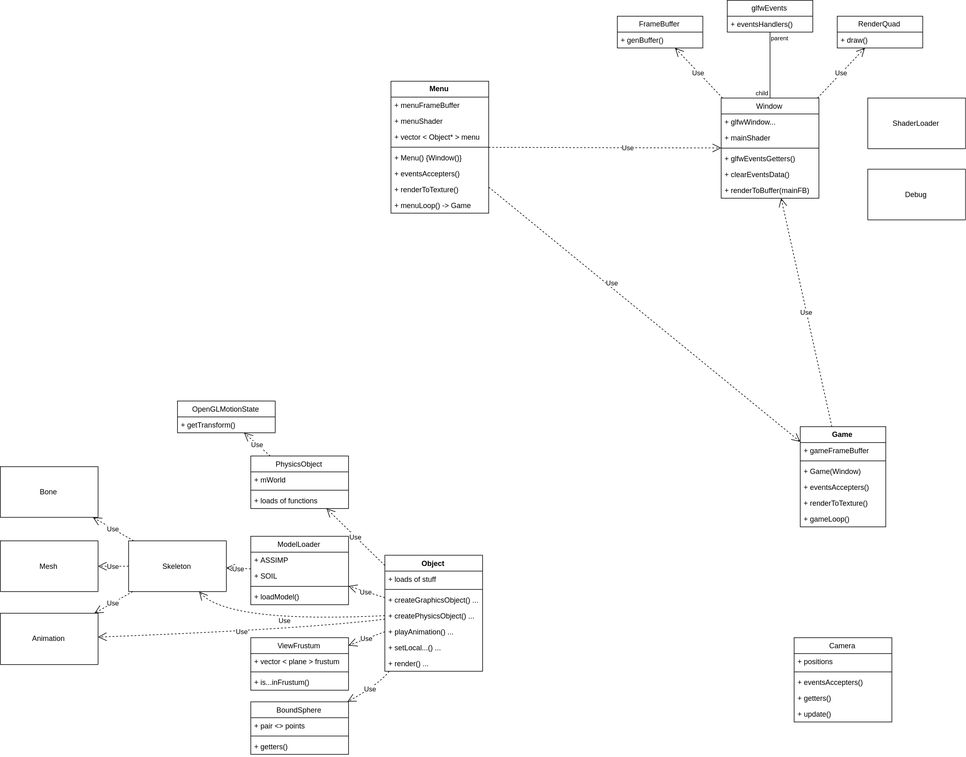
This is UML/current.png from Arvolear/Hide_and_Seek, a draw.io export, as it was before one commit. Source tidied: cells renumbered, new cells last; positions are measured from the earlier drawing's top-left corner, leaving out a move shared by most shapes.
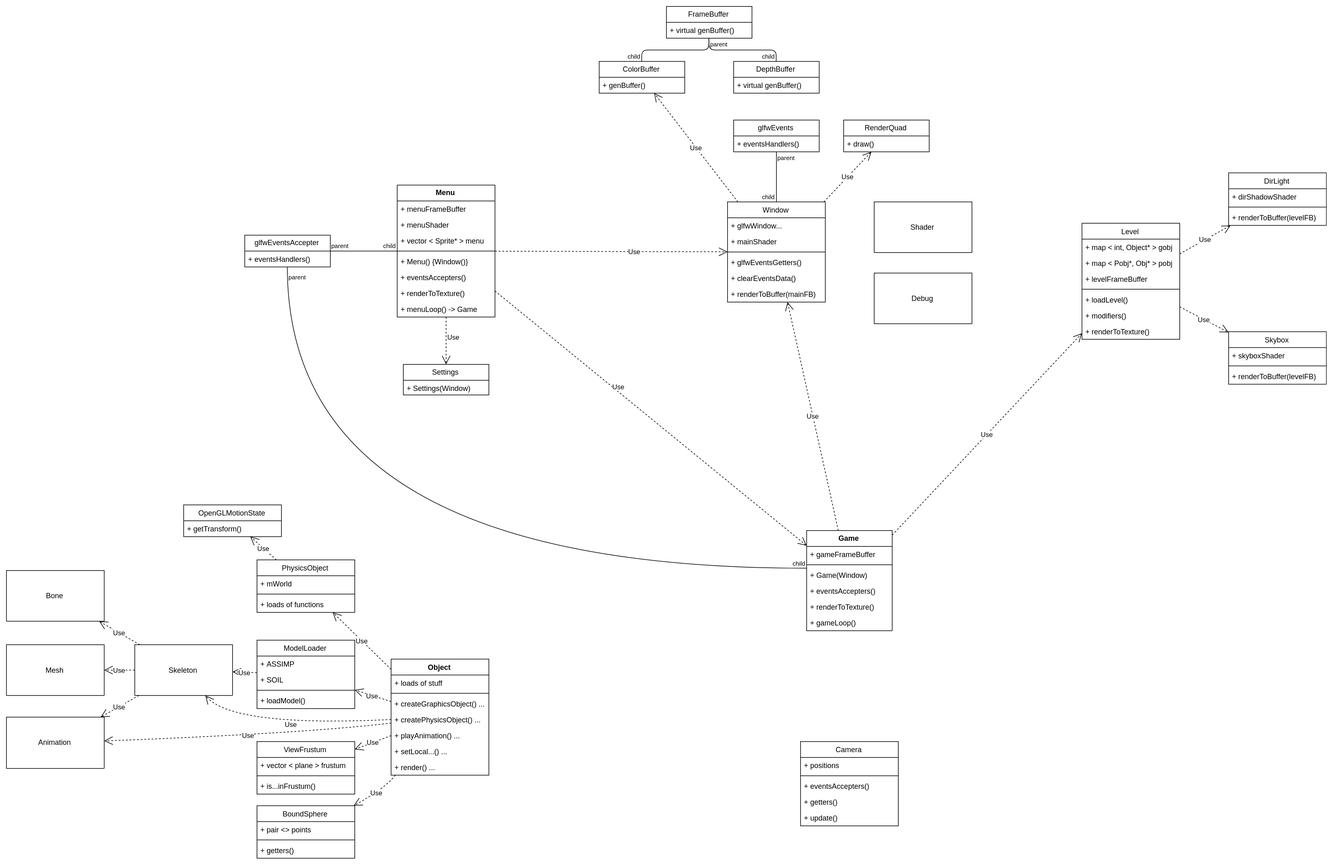
Above is the later version.

Commit message:
Almost renderable UML

The edit, as a diff of the source:
```diff
@@ -8,6 +8,15 @@
     <mxCell id="3" value="Use" style="endArrow=open;endSize=12;dashed=1;html=1;align=left;" parent="1" edge="1" source="4" target="20">
       <mxGeometry x="-0.25" relative="1" as="geometry" />
     </mxCell>
+    <mxCell id="89" value="Use" style="endArrow=open;endSize=12;dashed=1;html=1;align=left;" parent="1" edge="1" source="4" target="90">
+      <mxGeometry x="-0.13" relative="1" as="geometry" />
+    </mxCell>
+    <mxCell id="90" value="Settings" style="swimlane;fontStyle=0;horizontal=1;startSize=26;fillColor=none;" parent="1" vertex="1">
+      <mxGeometry x="649.5" y="426" width="140" height="50" as="geometry" />
+    </mxCell>
+    <mxCell id="91" value="+ Settings(Window)" style="text;strokeColor=none;fillColor=none;align=left;verticalAlign=top;spacingLeft=4;spacingRight=4;overflow=hidden;" parent="90" vertex="1">
+      <mxGeometry y="26" width="140" height="24" as="geometry" />
+    </mxCell>
     <mxCell id="4" value="Menu" style="swimlane;fontStyle=1;horizontal=1;startSize=26;fillColor=none;" parent="1" vertex="1">
       <mxGeometry x="639.5" y="132.5" width="160" height="216" as="geometry" />
     </mxCell>
@@ -17,7 +26,7 @@
     <mxCell id="6" value="+ menuShader" style="text;strokeColor=none;fillColor=none;align=left;verticalAlign=top;spacingLeft=4;spacingRight=4;overflow=hidden;" parent="4" vertex="1">
       <mxGeometry y="52" width="160" height="26" as="geometry" />
     </mxCell>
-    <mxCell id="7" value="+ vector &lt; Object* &gt; menu" style="text;strokeColor=none;fillColor=none;align=left;verticalAlign=top;spacingLeft=4;spacingRight=4;overflow=hidden;" parent="4" vertex="1">
+    <mxCell id="7" value="+ vector &lt; Sprite* &gt; menu" style="text;strokeColor=none;fillColor=none;align=left;verticalAlign=top;spacingLeft=4;spacingRight=4;overflow=hidden;" parent="4" vertex="1">
       <mxGeometry y="78" width="160" height="26" as="geometry" />
     </mxCell>
     <mxCell id="8" style="line;strokeWidth=1;fillColor=none;align=left;verticalAlign=middle;spacingTop=-1;spacingLeft=3;spacingRight=3;labelPosition=right;" parent="4" vertex="1">
@@ -77,6 +86,82 @@
     <mxCell id="26" value="+ gameLoop()" style="text;strokeColor=none;fillColor=none;align=left;verticalAlign=top;spacingLeft=4;spacingRight=4;overflow=hidden;" parent="20" vertex="1">
       <mxGeometry y="138" width="140" height="26" as="geometry" />
     </mxCell>
+    <mxCell id="92" value="glfwEventsAccepter" style="swimlane;fontStyle=0;horizontal=1;startSize=26;fillColor=none;" parent="1" vertex="1">
+      <mxGeometry x="390" y="214.5" width="140" height="52" as="geometry" />
+    </mxCell>
+    <mxCell id="93" value="+ eventsHandlers()" style="text;strokeColor=none;fillColor=none;align=left;verticalAlign=top;spacingLeft=4;spacingRight=4;overflow=hidden;" parent="92" vertex="1">
+      <mxGeometry y="26" width="140" height="26" as="geometry" />
+    </mxCell>
+    <mxCell id="94" style="endArrow=none;html=1;edgeStyle=orthogonalEdgeStyle;" parent="1" edge="1" source="92" target="4">
+      <mxGeometry relative="1" as="geometry">
+        <Array as="points">
+          <mxPoint x="460" y="242" />
+        </Array>
+      </mxGeometry>
+    </mxCell>
+    <mxCell id="95" value="parent" style="html=1;align=left;verticalAlign=bottom;labelBackgroundColor=#ffffff;fontSize=10;" parent="94" vertex="1">
+      <mxGeometry x="-1" relative="1" as="geometry" />
+    </mxCell>
+    <mxCell id="96" value="child" style="html=1;align=right;verticalAlign=bottom;labelBackgroundColor=#ffffff;fontSize=10;" parent="94" vertex="1">
+      <mxGeometry x="1" relative="1" as="geometry" />
+    </mxCell>
+    <mxCell id="97" value="Use" style="endArrow=open;endSize=12;dashed=1;html=1;" parent="1" edge="1" source="20" target="98">
+      <mxGeometry relative="1" as="geometry" />
+    </mxCell>
+    <mxCell id="98" value="Level" style="swimlane;fontStyle=0;align=center;verticalAlign=top;horizontal=1;startSize=26;" parent="1" vertex="1">
+      <mxGeometry x="1760" y="195" width="160" height="190" as="geometry" />
+    </mxCell>
+    <mxCell id="99" value="+ map &lt; int, Object* &gt; gobj" style="text;strokeColor=none;fillColor=none;align=left;verticalAlign=top;spacingLeft=4;spacingRight=4;overflow=hidden;" parent="98" vertex="1">
+      <mxGeometry y="26" width="160" height="26" as="geometry" />
+    </mxCell>
+    <mxCell id="100" value="+ map &lt; Pobj*, Obj* &gt; pobj" style="text;strokeColor=none;fillColor=none;align=left;verticalAlign=top;spacingLeft=4;spacingRight=4;overflow=hidden;" parent="98" vertex="1">
+      <mxGeometry y="52" width="160" height="26" as="geometry" />
+    </mxCell>
+    <mxCell id="101" value="+ levelFrameBuffer" style="text;strokeColor=none;fillColor=none;align=left;verticalAlign=top;spacingLeft=4;spacingRight=4;overflow=hidden;" parent="98" vertex="1">
+      <mxGeometry y="78" width="160" height="26" as="geometry" />
+    </mxCell>
+    <mxCell id="102" style="line;strokeWidth=1;fillColor=none;align=left;verticalAlign=middle;spacingTop=-1;spacingLeft=3;spacingRight=3;labelPosition=right;" parent="98" vertex="1">
+      <mxGeometry y="104" width="160" height="8" as="geometry" />
+    </mxCell>
+    <mxCell id="103" value="+ loadLevel()" style="text;strokeColor=none;fillColor=none;align=left;verticalAlign=top;spacingLeft=4;spacingRight=4;overflow=hidden;" parent="98" vertex="1">
+      <mxGeometry y="112" width="160" height="26" as="geometry" />
+    </mxCell>
+    <mxCell id="104" value="+ modifiers()" style="text;strokeColor=none;fillColor=none;align=left;verticalAlign=top;spacingLeft=4;spacingRight=4;overflow=hidden;" parent="98" vertex="1">
+      <mxGeometry y="138" width="160" height="26" as="geometry" />
+    </mxCell>
+    <mxCell id="105" value="+ renderToTexture()" style="text;strokeColor=none;fillColor=none;align=left;verticalAlign=top;spacingLeft=4;spacingRight=4;overflow=hidden;" parent="98" vertex="1">
+      <mxGeometry y="164" width="160" height="26" as="geometry" />
+    </mxCell>
+    <mxCell id="106" value="DirLight" style="swimlane;fontStyle=0;align=center;verticalAlign=top;horizontal=1;startSize=26;" parent="1" vertex="1">
+      <mxGeometry x="2000" y="112.5" width="160" height="86" as="geometry" />
+    </mxCell>
+    <mxCell id="107" value="+ dirShadowShader" style="text;strokeColor=none;fillColor=none;align=left;verticalAlign=top;spacingLeft=4;spacingRight=4;overflow=hidden;" parent="106" vertex="1">
+      <mxGeometry y="26" width="160" height="26" as="geometry" />
+    </mxCell>
+    <mxCell id="108" style="line;strokeWidth=1;fillColor=none;align=left;verticalAlign=middle;spacingTop=-1;spacingLeft=3;spacingRight=3;labelPosition=right;" parent="106" vertex="1">
+      <mxGeometry y="52" width="160" height="8" as="geometry" />
+    </mxCell>
+    <mxCell id="109" value="+ renderToBuffer(levelFB)" style="text;strokeColor=none;fillColor=none;align=left;verticalAlign=top;spacingLeft=4;spacingRight=4;overflow=hidden;" parent="106" vertex="1">
+      <mxGeometry y="60" width="160" height="26" as="geometry" />
+    </mxCell>
+    <mxCell id="110" value="Use" style="endArrow=open;endSize=12;dashed=1;html=1;" parent="1" edge="1" source="98" target="106">
+      <mxGeometry relative="1" as="geometry" />
+    </mxCell>
+    <mxCell id="111" value="Skybox" style="swimlane;fontStyle=0;align=center;verticalAlign=top;horizontal=1;startSize=26;" parent="1" vertex="1">
+      <mxGeometry x="2000" y="372.5" width="160" height="86" as="geometry" />
+    </mxCell>
+    <mxCell id="112" value="+ skyboxShader" style="text;strokeColor=none;fillColor=none;align=left;verticalAlign=top;spacingLeft=4;spacingRight=4;overflow=hidden;" parent="111" vertex="1">
+      <mxGeometry y="26" width="160" height="26" as="geometry" />
+    </mxCell>
+    <mxCell id="113" style="line;strokeWidth=1;fillColor=none;align=left;verticalAlign=middle;spacingTop=-1;spacingLeft=3;spacingRight=3;labelPosition=right;" parent="111" vertex="1">
+      <mxGeometry y="52" width="160" height="8" as="geometry" />
+    </mxCell>
+    <mxCell id="114" value="+ renderToBuffer(levelFB)" style="text;strokeColor=none;fillColor=none;align=left;verticalAlign=top;spacingLeft=4;spacingRight=4;overflow=hidden;" parent="111" vertex="1">
+      <mxGeometry y="60" width="160" height="26" as="geometry" />
+    </mxCell>
+    <mxCell id="115" value="Use" style="endArrow=open;endSize=12;dashed=1;html=1;" parent="1" edge="1" source="98" target="111">
+      <mxGeometry relative="1" as="geometry" />
+    </mxCell>
     <mxCell id="27" value="Camera" style="swimlane;fontStyle=0;align=center;verticalAlign=top;horizontal=1;startSize=26;" parent="1" vertex="1">
       <mxGeometry x="1299.5" y="1043.5" width="160" height="138" as="geometry" />
     </mxCell>
@@ -125,7 +210,7 @@
     <mxCell id="42" value="Use" style="endArrow=open;endSize=12;dashed=1;html=1;" parent="1" edge="1" source="64" target="67">
       <mxGeometry relative="1" as="geometry" />
     </mxCell>
-    <mxCell id="43" value="&#10;&#10;ShaderLoader&#10;" style="swimlane;fontStyle=0;align=center;verticalAlign=top;horizontal=1;startSize=86;" parent="1" vertex="1">
+    <mxCell id="43" value="&#10;&#10;Shader&#10;" style="swimlane;fontStyle=0;align=center;verticalAlign=top;horizontal=1;startSize=86;" parent="1" vertex="1">
       <mxGeometry x="1420" y="160" width="160" height="83" as="geometry" />
     </mxCell>
     <mxCell id="44" value="Use" style="endArrow=open;endSize=12;dashed=1;html=1;" parent="1" edge="1" source="20" target="13">
@@ -243,11 +328,26 @@
       <mxGeometry x="1420" y="276.5" width="160" height="83" as="geometry" />
     </mxCell>
     <mxCell id="78" value="glfwEvents" style="swimlane;fontStyle=0;horizontal=1;startSize=26;fillColor=none;" parent="1" vertex="1">
-      <mxGeometry x="1190" width="140" height="52" as="geometry" />
+      <mxGeometry x="1190" y="26" width="140" height="52" as="geometry" />
     </mxCell>
     <mxCell id="79" value="+ eventsHandlers()" style="text;strokeColor=none;fillColor=none;align=left;verticalAlign=top;spacingLeft=4;spacingRight=4;overflow=hidden;" parent="78" vertex="1">
       <mxGeometry y="26" width="140" height="26" as="geometry" />
     </mxCell>
+    <mxCell id="116" style="endArrow=none;html=1;edgeStyle=orthogonalEdgeStyle;curved=1;" parent="1" edge="1" source="92" target="20">
+      <mxGeometry relative="1" as="geometry">
+        <Array as="points">
+          <mxPoint x="460" y="760" />
+        </Array>
+      </mxGeometry>
+    </mxCell>
+    <mxCell id="117" value="parent" style="html=1;align=left;verticalAlign=bottom;labelBackgroundColor=#ffffff;fontSize=10;" parent="116" vertex="1">
+      <mxGeometry x="-1" relative="1" as="geometry">
+        <mxPoint y="24" as="offset" />
+      </mxGeometry>
+    </mxCell>
+    <mxCell id="118" value="child" style="html=1;align=right;verticalAlign=bottom;labelBackgroundColor=#ffffff;fontSize=10;" parent="116" vertex="1">
+      <mxGeometry x="1" relative="1" as="geometry" />
+    </mxCell>
     <mxCell id="80" style="endArrow=none;html=1;edgeStyle=orthogonalEdgeStyle;" parent="1" edge="1" source="78" target="13">
       <mxGeometry relative="1" as="geometry" />
     </mxCell>
@@ -259,8 +359,8 @@
     <mxCell id="82" value="child" style="html=1;align=right;verticalAlign=bottom;labelBackgroundColor=#ffffff;fontSize=10;" parent="80" vertex="1">
       <mxGeometry x="1" relative="1" as="geometry" />
     </mxCell>
-    <mxCell id="83" value="FrameBuffer" style="swimlane;fontStyle=0;horizontal=1;startSize=26;fillColor=none;" parent="1" vertex="1">
-      <mxGeometry x="1010" y="26" width="140" height="52" as="geometry" />
+    <mxCell id="83" value="ColorBuffer" style="swimlane;fontStyle=0;horizontal=1;startSize=26;fillColor=none;" parent="1" vertex="1">
+      <mxGeometry x="970" y="-70" width="140" height="52" as="geometry" />
     </mxCell>
     <mxCell id="84" value="+ genBuffer()" style="text;strokeColor=none;fillColor=none;align=left;verticalAlign=top;spacingLeft=4;spacingRight=4;overflow=hidden;" parent="83" vertex="1">
       <mxGeometry y="26" width="140" height="26" as="geometry" />
@@ -277,5 +377,34 @@
     <mxCell id="88" value="Use" style="endArrow=open;endSize=12;dashed=1;html=1;" parent="1" edge="1" source="13" target="85">
       <mxGeometry relative="1" as="geometry" />
     </mxCell>
+    <mxCell id="119" value="FrameBuffer" style="swimlane;fontStyle=0;horizontal=1;startSize=26;fillColor=none;" parent="1" vertex="1">
+      <mxGeometry x="1080" y="-160" width="140" height="52" as="geometry" />
+    </mxCell>
+    <mxCell id="120" value="+ virtual genBuffer()" style="text;strokeColor=none;fillColor=none;align=left;verticalAlign=top;spacingLeft=4;spacingRight=4;overflow=hidden;" parent="119" vertex="1">
+      <mxGeometry y="26" width="140" height="26" as="geometry" />
+    </mxCell>
+    <mxCell id="121" value="DepthBuffer" style="swimlane;fontStyle=0;horizontal=1;startSize=26;fillColor=none;" parent="1" vertex="1">
+      <mxGeometry x="1190" y="-70" width="140" height="52" as="geometry" />
+    </mxCell>
+    <mxCell id="122" value="+ virtual genBuffer()" style="text;strokeColor=none;fillColor=none;align=left;verticalAlign=top;spacingLeft=4;spacingRight=4;overflow=hidden;" parent="121" vertex="1">
+      <mxGeometry y="26" width="140" height="26" as="geometry" />
+    </mxCell>
+    <mxCell id="123" style="endArrow=none;html=1;edgeStyle=orthogonalEdgeStyle;" parent="1" edge="1" source="119" target="83">
+      <mxGeometry relative="1" as="geometry" />
+    </mxCell>
+    <mxCell id="124" value="parent" style="html=1;align=left;verticalAlign=bottom;labelBackgroundColor=#ffffff;fontSize=10;" parent="123" vertex="1">
+      <mxGeometry x="-1" relative="1" as="geometry">
+        <mxPoint y="18" as="offset" />
+      </mxGeometry>
+    </mxCell>
+    <mxCell id="125" value="child" style="html=1;align=right;verticalAlign=bottom;labelBackgroundColor=#ffffff;fontSize=10;" parent="123" vertex="1">
+      <mxGeometry x="1" relative="1" as="geometry" />
+    </mxCell>
+    <mxCell id="126" style="endArrow=none;html=1;edgeStyle=orthogonalEdgeStyle;" parent="1" edge="1" source="119" target="121">
+      <mxGeometry relative="1" as="geometry" />
+    </mxCell>
+    <mxCell id="127" value="child" style="html=1;align=right;verticalAlign=bottom;labelBackgroundColor=#ffffff;fontSize=10;" parent="126" vertex="1">
+      <mxGeometry x="1" relative="1" as="geometry" />
+    </mxCell>
   </root>
 </mxGraphModel>
```
